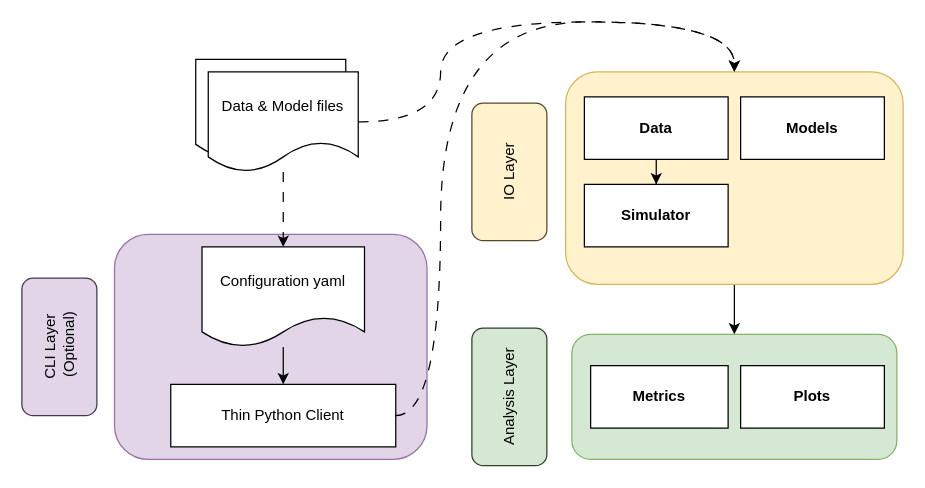
This is images/poster-figure.drawio from voetberg/DeepDiagnostics, a draw.io file, before an edit. Source tidied: cells renumbered, new cells numbered last; positions are measured from the earlier drawing's top-left corner, leaving out a move shared by most shapes. Both pictures are drawn from the tidied source at 125%, with x=0, y=0 at pixel (-10, 21).
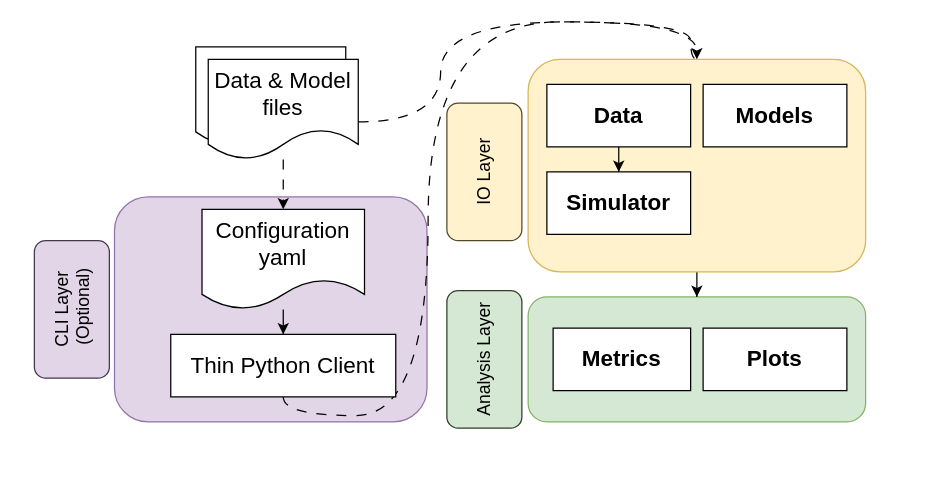
After the change.

Commit message:
Increase figure size

Change to the diagram source:
```diff
@@
     <mxCell id="2" style="rounded=1;whiteSpace=wrap;html=1;fillColor=#d5e8d4;strokeColor=#82b366;" parent="1" vertex="1">
-      <mxGeometry x="465" y="250" width="260" height="100" as="geometry" />
+      <mxGeometry x="430" y="220" width="270" height="100" as="geometry" />
     </mxCell>
     <mxCell id="3" style="rounded=1;whiteSpace=wrap;html=1;fillColor=#e1d5e7;strokeColor=#9673a6;" parent="1" vertex="1">
-      <mxGeometry x="99.1" y="170" width="250" height="180" as="geometry" />
+      <mxGeometry x="99.1" y="140" width="250" height="180" as="geometry" />
     </mxCell>
@@
     <mxCell id="5" style="rounded=1;whiteSpace=wrap;html=1;fillColor=#fff2cc;strokeColor=#d6b656;" parent="1" vertex="1">
-      <mxGeometry x="460" y="40" width="270" height="170" as="geometry" />
+      <mxGeometry x="430" y="30" width="270" height="170" as="geometry" />
     </mxCell>
-    <mxCell id="6" style="edgeStyle=orthogonalEdgeStyle;rounded=0;jettySize=auto;html=1;entryX=0.5;entryY=0;entryDx=0;entryDy=0;curved=1;dashed=1;dashPattern=8 8;" parent="1" edge="1" source="7" target="5">
+    <mxCell id="6" style="edgeStyle=orthogonalEdgeStyle;rounded=0;jettySize=auto;html=1;entryX=0.5;entryY=0;entryDx=0;entryDy=0;curved=1;dashed=1;dashPattern=8 8;endArrow=none;endFill=0;" parent="1" edge="1" source="7" target="5">
       <mxGeometry relative="1" as="geometry">
         <Array as="points">
-          <mxPoint x="360" y="315" />
-          <mxPoint x="360" />
-          <mxPoint x="595" />
+          <mxPoint x="350" y="315" />
+          <mxPoint x="350" />
+          <mxPoint x="560" />
+          <mxPoint x="560" y="30" />
         </Array>
       </mxGeometry>
     </mxCell>
-    <mxCell id="7" value="Thin Python Client" style="rounded=0;whiteSpace=wrap;html=1;" parent="1" vertex="1">
-      <mxGeometry x="144.1" y="290" width="180" height="50" as="geometry" />
+    <mxCell id="7" value="&lt;font style=&quot;font-size: 18px;&quot;&gt;Thin Python Client&lt;/font&gt;" style="rounded=0;whiteSpace=wrap;html=1;" parent="1" vertex="1">
+      <mxGeometry x="144.1" y="250" width="180" height="50" as="geometry" />
     </mxCell>
@@
-    <mxCell id="9" value="&lt;div&gt;&lt;b&gt;Data&lt;/b&gt;&lt;/div&gt;" style="rounded=0;whiteSpace=wrap;html=1;" parent="1" vertex="1">
-      <mxGeometry x="475" y="60" width="115" height="50" as="geometry" />
+    <mxCell id="9" value="&lt;div&gt;&lt;font style=&quot;font-size: 18px;&quot;&gt;&lt;b&gt;Data&lt;/b&gt;&lt;/font&gt;&lt;/div&gt;" style="rounded=0;whiteSpace=wrap;html=1;" parent="1" vertex="1">
+      <mxGeometry x="445" y="50" width="115" height="50" as="geometry" />
     </mxCell>
-    <mxCell id="10" value="&lt;div&gt;&lt;b&gt;Models&lt;/b&gt;&lt;/div&gt;" style="rounded=0;whiteSpace=wrap;html=1;" parent="1" vertex="1">
-      <mxGeometry x="600" y="60" width="115" height="50" as="geometry" />
+    <mxCell id="10" value="&lt;div&gt;&lt;font style=&quot;font-size: 18px;&quot;&gt;&lt;b&gt;Models&lt;/b&gt;&lt;/font&gt;&lt;/div&gt;" style="rounded=0;whiteSpace=wrap;html=1;" parent="1" vertex="1">
+      <mxGeometry x="570" y="50" width="115" height="50" as="geometry" />
     </mxCell>
-    <mxCell id="11" value="&lt;div&gt;&lt;b&gt;Simulator&lt;/b&gt;&lt;/div&gt;" style="whiteSpace=wrap;html=1;rounded=0;" parent="1" vertex="1">
-      <mxGeometry x="475" y="130" width="115" height="50" as="geometry" />
+    <mxCell id="11" value="&lt;div&gt;&lt;font style=&quot;font-size: 18px;&quot;&gt;&lt;b&gt;Simulator&lt;/b&gt;&lt;/font&gt;&lt;/div&gt;" style="whiteSpace=wrap;html=1;rounded=0;" parent="1" vertex="1">
+      <mxGeometry x="445" y="120" width="115" height="50" as="geometry" />
     </mxCell>
@@
-    <mxCell id="13" value="Configuration yaml" style="shape=document;whiteSpace=wrap;html=1;boundedLbl=1;" parent="1" vertex="1">
-      <mxGeometry x="169.1" y="180" width="130" height="80" as="geometry" />
+    <mxCell id="13" value="&lt;font style=&quot;font-size: 18px;&quot;&gt;Configuration yaml&lt;/font&gt;" style="shape=document;whiteSpace=wrap;html=1;boundedLbl=1;" parent="1" vertex="1">
+      <mxGeometry x="169.1" y="150" width="130" height="80" as="geometry" />
     </mxCell>
     <mxCell id="14" style="group;" parent="1" vertex="1">
-      <mxGeometry x="164.1" y="30" width="130" height="90" as="geometry" />
+      <mxGeometry x="164.1" y="20" width="130" height="90" as="geometry" />
     </mxCell>
@@
-    <mxCell id="16" value="Data &amp;amp; Model files" style="shape=document;whiteSpace=wrap;html=1;boundedLbl=1;" parent="14" vertex="1">
+    <mxCell id="16" value="&lt;font style=&quot;font-size: 18px;&quot;&gt;Data &amp;amp; Model files&lt;/font&gt;" style="shape=document;whiteSpace=wrap;html=1;boundedLbl=1;" parent="14" vertex="1">
       <mxGeometry x="10" y="10" width="120" height="80" as="geometry" />
     </mxCell>
-    <mxCell id="17" value="CLI Layer&lt;br&gt;&amp;nbsp;(Optional)" style="rounded=1;whiteSpace=wrap;html=1;rotation=-90;fillColor=#e1d5e7;strokeColor=light-dark(#45374e, #9577a3);" parent="1" vertex="1">
-      <mxGeometry y="230" width="110" height="60" as="geometry" />
+    <mxCell id="17" value="&lt;font style=&quot;font-size: 14px;&quot;&gt;CLI Layer&lt;br&gt;&amp;nbsp;(Optional)&lt;/font&gt;" style="rounded=1;whiteSpace=wrap;html=1;rotation=-90;fillColor=#e1d5e7;strokeColor=light-dark(#45374e, #9577a3);" parent="1" vertex="1">
+      <mxGeometry x="10" y="200" width="110" height="60" as="geometry" />
     </mxCell>
-    <mxCell id="18" value="IO Layer" style="rounded=1;whiteSpace=wrap;html=1;rotation=-90;fillColor=#fff2cc;strokeColor=light-dark(#534828, #6d5100);" parent="1" vertex="1">
-      <mxGeometry x="360" y="90" width="110" height="60" as="geometry" />
+    <mxCell id="18" value="&lt;font style=&quot;font-size: 14px;&quot;&gt;IO Layer&lt;/font&gt;" style="rounded=1;whiteSpace=wrap;html=1;rotation=-90;fillColor=#fff2cc;strokeColor=light-dark(#534828, #6d5100);" parent="1" vertex="1">
+      <mxGeometry x="340" y="90" width="110" height="60" as="geometry" />
     </mxCell>
-    <mxCell id="19" value="Analysis Layer" style="rounded=1;whiteSpace=wrap;html=1;rotation=-90;fillColor=#d5e8d4;strokeColor=light-dark(#313f27, #446e2c);" parent="1" vertex="1">
-      <mxGeometry x="360" y="270" width="110" height="60" as="geometry" />
+    <mxCell id="19" value="&lt;font style=&quot;font-size: 14px;&quot;&gt;Analysis Layer&lt;/font&gt;" style="rounded=1;whiteSpace=wrap;html=1;rotation=-90;fillColor=#d5e8d4;strokeColor=light-dark(#313f27, #446e2c);" parent="1" vertex="1">
+      <mxGeometry x="340" y="240" width="110" height="60" as="geometry" />
     </mxCell>
-    <mxCell id="20" value="&lt;div&gt;&lt;b&gt;Plots&lt;/b&gt;&lt;/div&gt;" style="rounded=0;whiteSpace=wrap;html=1;" parent="1" vertex="1">
-      <mxGeometry x="600" y="275" width="115" height="50" as="geometry" />
+    <mxCell id="20" value="&lt;div&gt;&lt;font style=&quot;font-size: 18px;&quot;&gt;&lt;b&gt;Plots&lt;/b&gt;&lt;/font&gt;&lt;/div&gt;" style="rounded=0;whiteSpace=wrap;html=1;" parent="1" vertex="1">
+      <mxGeometry x="570" y="245" width="115" height="50" as="geometry" />
     </mxCell>
-    <mxCell id="21" value="&lt;div&gt;&lt;b&gt;Metrics&lt;/b&gt;&lt;/div&gt;" style="rounded=0;whiteSpace=wrap;html=1;" parent="1" vertex="1">
-      <mxGeometry x="480" y="275" width="110" height="50" as="geometry" />
+    <mxCell id="21" value="&lt;div&gt;&lt;font style=&quot;font-size: 18px;&quot;&gt;&lt;b&gt;Metrics&lt;/b&gt;&lt;/font&gt;&lt;/div&gt;" style="rounded=0;whiteSpace=wrap;html=1;" parent="1" vertex="1">
+      <mxGeometry x="450" y="245" width="110" height="50" as="geometry" />
     </mxCell>
@@
-    <mxCell id="23" style="edgeStyle=orthogonalEdgeStyle;rounded=0;jettySize=auto;html=1;curved=1;dashed=1;dashPattern=8 8;" parent="1" edge="1" source="16" target="5">
+    <mxCell id="23" style="edgeStyle=orthogonalEdgeStyle;rounded=0;jettySize=auto;html=1;curved=1;dashed=1;dashPattern=8 8;entryX=0.5;entryY=0;entryDx=0;entryDy=0;" parent="1" edge="1" source="16" target="5">
       <mxGeometry relative="1" as="geometry">
         <Array as="points">
           <mxPoint x="360" y="80" />
           <mxPoint x="360" />
-          <mxPoint x="595" />
+          <mxPoint x="565" />
         </Array>
       </mxGeometry>
     </mxCell>
```
